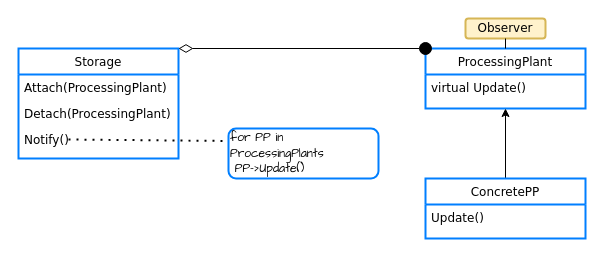
PtilopsisL/drawio keeps this draw.io diagram as SEhw1.drawio. Above is the earlier version. Source tidied: cells renumbered, new cells numbered last; positions are measured from the earlier drawing's top-left corner, leaving out a move shared by most shapes. Both pictures are drawn from the tidied source at 100%, with x=0, y=0 at pixel (18, 18).
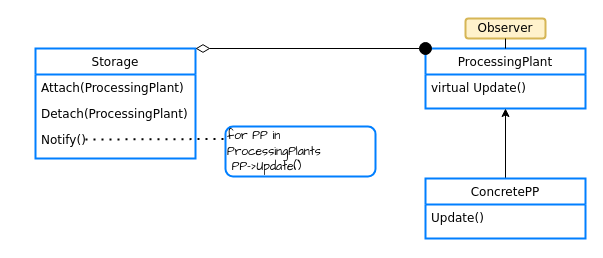
The same diagram, later.

The edit, as a diff of the source:
```diff
@@
 <mxGraphModel>
   <root>
     <mxCell id="0" />
     <mxCell id="1" parent="0" />
     <mxCell id="2" value="Storage" style="swimlane;fontStyle=0;align=center;verticalAlign=top;horizontal=1;startSize=26;rounded=0;shadow=0;strokeWidth=2;strokeColor=#007FFF;fontFamily=Verdana;" parent="1" vertex="1">
-      <mxGeometry y="30" width="160" height="110" as="geometry" />
+      <mxGeometry x="17" y="30" width="160" height="110" as="geometry" />
     </mxCell>
     <mxCell id="3" value="Attach(ProcessingPlant)" style="text;align=left;verticalAlign=top;spacingLeft=4;spacingRight=4;overflow=hidden;fontFamily=Verdana;" parent="2" vertex="1">
       <mxGeometry y="26" width="160" height="26" as="geometry" />
     </mxCell>
     <mxCell id="4" value="Detach(ProcessingPlant)" style="text;align=left;verticalAlign=top;spacingLeft=4;spacingRight=4;overflow=hidden;rounded=0;shadow=0;html=0;fontFamily=Verdana;" parent="2" vertex="1">
       <mxGeometry y="52" width="160" height="26" as="geometry" />
     </mxCell>
     <mxCell id="5" value="Notify()" style="text;align=left;verticalAlign=top;spacingLeft=4;spacingRight=4;overflow=hidden;rounded=0;shadow=0;html=0;fontFamily=Verdana;" parent="2" vertex="1">
       <mxGeometry y="78" width="160" height="26" as="geometry" />
     </mxCell>
     <mxCell id="6" style="endArrow=none;dashed=1;html=1;dashPattern=1 3;strokeWidth=2;rounded=0;entryX=0;entryY=0.25;entryDx=0;entryDy=0;" parent="2" edge="1" target="9">
       <mxGeometry relative="1" as="geometry">
         <mxPoint x="50" y="91" as="sourcePoint" />
       </mxGeometry>
     </mxCell>
     <mxCell id="7" value="ProcessingPlant" style="swimlane;fontStyle=0;align=center;verticalAlign=top;horizontal=1;startSize=26;rounded=0;shadow=0;strokeWidth=2;strokeColor=#007FFF;fontFamily=Verdana;" parent="1" vertex="1">
       <mxGeometry x="407" y="30" width="160" height="60" as="geometry" />
     </mxCell>
     <mxCell id="8" value="virtual Update()" style="text;align=left;verticalAlign=top;spacingLeft=4;spacingRight=4;overflow=hidden;fontFamily=Verdana;" parent="7" vertex="1">
       <mxGeometry y="26" width="160" height="34" as="geometry" />
     </mxCell>
-    <mxCell id="9" value="&lt;font face=&quot;Comic Sans MS&quot;&gt;for PP in ProcessingPlants&lt;br&gt;&lt;span style=&quot;white-space: pre&quot;&gt; PP-&amp;gt;Update()&lt;/span&gt;&lt;/font&gt;" style="rounded=1;whiteSpace=wrap;html=1;align=left;strokeColor=#007FFF;strokeWidth=2;" parent="1" vertex="1">
-      <mxGeometry x="210" y="110" width="150" height="50" as="geometry" />
+    <mxCell id="9" value="&lt;font face=&quot;Comic Sans MS&quot;&gt;for PP in ProcessingPlants&lt;br&gt;&lt;span style=&quot;white-space: pre&quot;&gt;&lt;span style=&quot;white-space: pre&quot;&gt; &lt;/span&gt;PP-&amp;gt;Update()&lt;/span&gt;&lt;/font&gt;" style="rounded=1;whiteSpace=wrap;html=1;align=left;strokeColor=#007FFF;strokeWidth=2;" parent="1" vertex="1">
+      <mxGeometry x="207" y="108" width="150" height="50" as="geometry" />
     </mxCell>
     <mxCell id="10" style="endArrow=oval;startArrow=diamondThin;html=1;rounded=0;exitX=1;exitY=0;exitDx=0;exitDy=0;entryX=0;entryY=0;entryDx=0;entryDy=0;startFill=0;endFill=1;endSize=12;startSize=12;strokeWidth=1;" parent="1" edge="1" source="2" target="7">
       <mxGeometry relative="1" as="geometry" />
     </mxCell>
     <mxCell id="11" value="Observer" style="rounded=1;whiteSpace=wrap;html=1;fontFamily=Verdana;fillColor=#fff2cc;strokeColor=#d6b656;strokeWidth=2;" parent="1" vertex="1">
       <mxGeometry x="447" width="80" height="20" as="geometry" />
     </mxCell>
     <mxCell id="12" style="endArrow=none;html=1;rounded=0;fontFamily=Verdana;entryX=0.5;entryY=1;entryDx=0;entryDy=0;exitX=0.5;exitY=0;exitDx=0;exitDy=0;" parent="1" edge="1" source="7" target="11">
       <mxGeometry relative="1" as="geometry" />
     </mxCell>
     <mxCell id="13" style="endArrow=classic;html=1;rounded=0;fontFamily=Verdana;entryX=0.5;entryY=1;entryDx=0;entryDy=0;exitX=0.5;exitY=0;exitDx=0;exitDy=0;" parent="1" edge="1" source="14" target="7">
       <mxGeometry relative="1" as="geometry" />
     </mxCell>
     <mxCell id="14" value="ConcretePP" style="swimlane;fontStyle=0;align=center;verticalAlign=top;horizontal=1;startSize=26;rounded=0;shadow=0;strokeWidth=2;strokeColor=#007FFF;fontFamily=Verdana;" parent="1" vertex="1">
       <mxGeometry x="407" y="160" width="160" height="60" as="geometry" />
     </mxCell>
     <mxCell id="15" value="Update()" style="text;align=left;verticalAlign=top;spacingLeft=4;spacingRight=4;overflow=hidden;fontFamily=Verdana;" parent="14" vertex="1">
       <mxGeometry y="26" width="160" height="34" as="geometry" />
     </mxCell>
   </root>
 </mxGraphModel>
```
